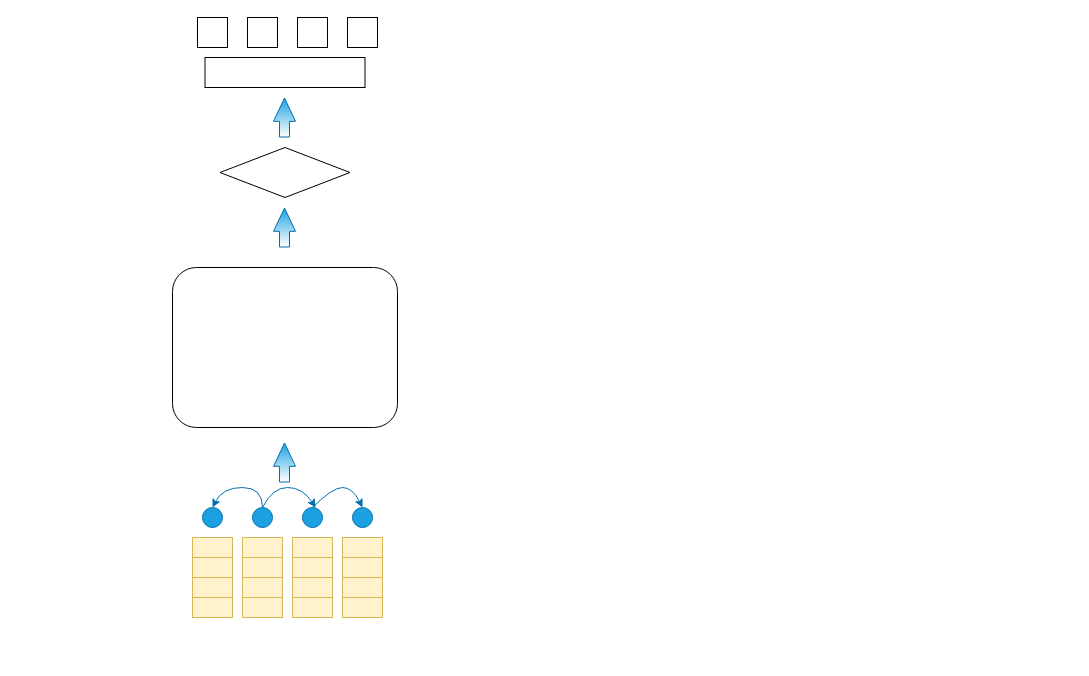
ccut2014/- keeps this draw.io diagram as Untitled Diagram.drawio. Above is the earlier version. Source tidied: cells renumbered, new cells numbered last; positions are measured from the earlier drawing's top-left corner, leaving out a move shared by most shapes. Both pictures are drawn from the tidied source at 100%, with x=0, y=0 at pixel (172, 17).
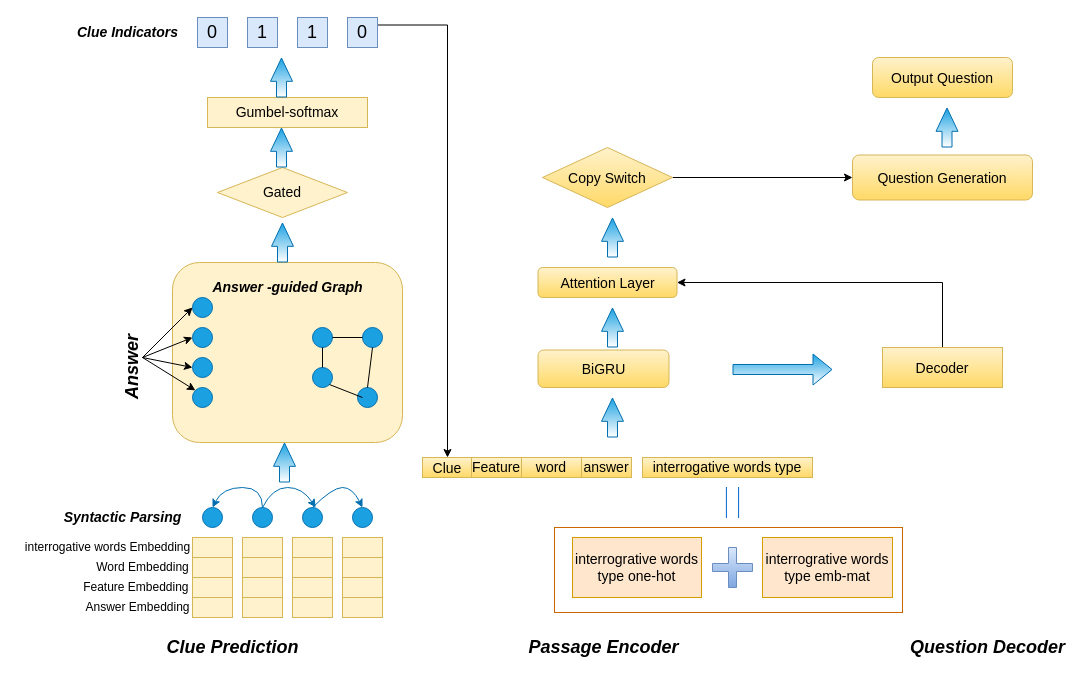
Above is the later version.

Change to the diagram source:
```diff
@@
-    <mxCell id="10" style="rounded=1;whiteSpace=wrap;html=1;" parent="1" vertex="1">
-      <mxGeometry y="250" width="225" height="160" as="geometry" />
+    <mxCell id="10" style="rounded=1;whiteSpace=wrap;html=1;fillColor=#fff2cc;strokeColor=#d6b656;" parent="1" vertex="1">
+      <mxGeometry y="245" width="230" height="180" as="geometry" />
     </mxCell>
@@
-    <mxCell id="12" style="rhombus;whiteSpace=wrap;html=1;" parent="1" vertex="1">
-      <mxGeometry x="47.5" y="130" width="130" height="50" as="geometry" />
+    <mxCell id="12" value="&lt;font style=&quot;font-size: 14px&quot;&gt;Gated&lt;/font&gt;" style="rhombus;whiteSpace=wrap;html=1;fillColor=#fff2cc;strokeColor=#d6b656;" parent="1" vertex="1">
+      <mxGeometry x="45" y="150" width="130" height="50" as="geometry" />
     </mxCell>
-    <mxCell id="13" style="rounded=0;whiteSpace=wrap;html=1;" parent="1" vertex="1">
-      <mxGeometry x="32.5" y="40" width="160" height="30" as="geometry" />
+    <mxCell id="13" value="&lt;font style=&quot;font-size: 14px&quot;&gt;Gumbel-softmax&lt;/font&gt;" style="rounded=0;whiteSpace=wrap;html=1;fillColor=#fff2cc;strokeColor=#d6b656;" parent="1" vertex="1">
+      <mxGeometry x="35" y="80" width="160" height="30" as="geometry" />
     </mxCell>
     <mxCell id="14" style="shape=flexArrow;endArrow=classic;html=1;rounded=0;endWidth=11;endSize=7.44;fillColor=#1ba1e2;strokeColor=#006EAF;gradientColor=#ffffff;" parent="1" edge="1">
       <mxGeometry relative="1" as="geometry">
-        <mxPoint x="112" y="120" as="sourcePoint" />
-        <mxPoint x="112" y="80" as="targetPoint" />
+        <mxPoint x="109" y="150" as="sourcePoint" />
+        <mxPoint x="109" y="110" as="targetPoint" />
       </mxGeometry>
     </mxCell>
-    <mxCell id="15" style="shape=flexArrow;endArrow=classic;html=1;rounded=0;endWidth=11;endSize=7.44;fillColor=#1ba1e2;strokeColor=#006EAF;gradientColor=#ffffff;" parent="1" edge="1">
-      <mxGeometry relative="1" as="geometry">
-        <mxPoint x="112" y="230" as="sourcePoint" />
-        <mxPoint x="112" y="190" as="targetPoint" />
-      </mxGeometry>
-    </mxCell>
@@
-    <mxCell id="31" style="whiteSpace=wrap;html=1;" parent="1" vertex="1">
+    <mxCell id="31" value="&lt;font style=&quot;font-size: 18px&quot;&gt;0&lt;/font&gt;" style="whiteSpace=wrap;html=1;fillColor=#dae8fc;strokeColor=#6c8ebf;" parent="1" vertex="1">
       <mxGeometry x="25" width="30" height="30" as="geometry" />
     </mxCell>
-    <mxCell id="32" style="whiteSpace=wrap;html=1;" parent="1" vertex="1">
+    <mxCell id="32" value="&lt;font style=&quot;font-size: 18px&quot;&gt;1&lt;/font&gt;" style="whiteSpace=wrap;html=1;fillColor=#dae8fc;strokeColor=#6c8ebf;" parent="1" vertex="1">
       <mxGeometry x="75" width="30" height="30" as="geometry" />
     </mxCell>
-    <mxCell id="33" style="whiteSpace=wrap;html=1;" parent="1" vertex="1">
+    <mxCell id="33" value="&lt;font style=&quot;font-size: 18px&quot;&gt;1&lt;/font&gt;" style="whiteSpace=wrap;html=1;fillColor=#dae8fc;strokeColor=#6c8ebf;" parent="1" vertex="1">
       <mxGeometry x="125" width="30" height="30" as="geometry" />
     </mxCell>
+    <mxCell id="35" style="edgeStyle=orthogonalEdgeStyle;rounded=0;jettySize=auto;html=1;exitX=1;exitY=0.25;exitDx=0;exitDy=0;entryX=0.5;entryY=0;entryDx=0;entryDy=0;fontFamily=Helvetica;fontSize=14;" parent="1" edge="1" source="34" target="58">
+      <mxGeometry relative="1" as="geometry" />
+    </mxCell>
-    <mxCell id="34" style="whiteSpace=wrap;html=1;" parent="1" vertex="1">
+    <mxCell id="34" value="&lt;font style=&quot;font-size: 18px&quot;&gt;0&lt;/font&gt;" style="whiteSpace=wrap;html=1;fillColor=#dae8fc;strokeColor=#6c8ebf;" parent="1" vertex="1">
       <mxGeometry x="175" width="30" height="30" as="geometry" />
     </mxCell>
+    <mxCell id="36" value="Answer Embedding" style="text;html=1;align=center;verticalAlign=middle;strokeColor=none;fillColor=none;" parent="1" vertex="1">
+      <mxGeometry x="-95" y="580" width="120" height="20" as="geometry" />
+    </mxCell>
+    <mxCell id="37" value="Feature Embedding&amp;nbsp;" style="text;html=1;align=center;verticalAlign=middle;strokeColor=none;fillColor=none;" parent="1" vertex="1">
+      <mxGeometry x="-95" y="560" width="120" height="20" as="geometry" />
+    </mxCell>
+    <mxCell id="38" value="Word Embedding" style="text;html=1;align=center;verticalAlign=middle;strokeColor=none;fillColor=none;" parent="1" vertex="1">
+      <mxGeometry x="-85" y="540" width="110" height="20" as="geometry" />
+    </mxCell>
+    <mxCell id="39" value="interrogative words Embedding" style="text;html=1;align=center;verticalAlign=middle;strokeColor=none;fillColor=none;" parent="1" vertex="1">
+      <mxGeometry x="-155" y="520" width="180" height="20" as="geometry" />
+    </mxCell>
+    <mxCell id="40" value="&lt;font style=&quot;font-size: 14px&quot;&gt;&lt;b&gt;&lt;i&gt;Syntactic Parsing&lt;/i&gt;&lt;/b&gt;&lt;/font&gt;" style="text;html=1;align=center;verticalAlign=middle;strokeColor=none;fillColor=none;" parent="1" vertex="1">
+      <mxGeometry x="-115" y="490" width="130" height="20" as="geometry" />
+    </mxCell>
+    <mxCell id="41" value="&lt;div style=&quot;direction: ltr&quot;&gt;&lt;span&gt;&lt;b&gt;&lt;i&gt;&lt;font style=&quot;font-size: 18px&quot;&gt;Answer&lt;/font&gt;&lt;/i&gt;&lt;/b&gt;&lt;/span&gt;&lt;/div&gt;" style="text;html=1;align=center;verticalAlign=middle;points=[];strokeColor=none;fillColor=none;fontSize=14;fontFamily=Helvetica;rotation=270;" parent="1" vertex="1">
+      <mxGeometry x="-80" y="340" width="80" height="20" as="geometry" />
+    </mxCell>
+    <mxCell id="42" style="ellipse;whiteSpace=wrap;html=1;fontFamily=Helvetica;fontSize=14;fillColor=#1ba1e2;fontColor=#ffffff;strokeColor=#006EAF;" parent="1" vertex="1">
+      <mxGeometry x="20" y="280" width="20" height="20" as="geometry" />
+    </mxCell>
+    <mxCell id="43" style="ellipse;whiteSpace=wrap;html=1;fontFamily=Helvetica;fontSize=14;fillColor=#1ba1e2;fontColor=#ffffff;strokeColor=#006EAF;" parent="1" vertex="1">
+      <mxGeometry x="20" y="310" width="20" height="20" as="geometry" />
+    </mxCell>
+    <mxCell id="44" style="ellipse;whiteSpace=wrap;html=1;fontFamily=Helvetica;fontSize=14;fillColor=#1ba1e2;fontColor=#ffffff;strokeColor=#006EAF;" parent="1" vertex="1">
+      <mxGeometry x="20" y="340" width="20" height="20" as="geometry" />
+    </mxCell>
+    <mxCell id="45" style="ellipse;whiteSpace=wrap;html=1;fontFamily=Helvetica;fontSize=14;fillColor=#1ba1e2;fontColor=#ffffff;strokeColor=#006EAF;" parent="1" vertex="1">
+      <mxGeometry x="20" y="370" width="20" height="20" as="geometry" />
+    </mxCell>
+    <mxCell id="46" style="ellipse;whiteSpace=wrap;html=1;fontFamily=Helvetica;fontSize=14;fillColor=#1ba1e2;fontColor=#ffffff;strokeColor=#006EAF;" parent="1" vertex="1">
+      <mxGeometry x="140" y="350" width="20" height="20" as="geometry" />
+    </mxCell>
+    <mxCell id="47" style="ellipse;whiteSpace=wrap;html=1;fontFamily=Helvetica;fontSize=14;fillColor=#1ba1e2;fontColor=#ffffff;strokeColor=#006EAF;" parent="1" vertex="1">
+      <mxGeometry x="185" y="370" width="20" height="20" as="geometry" />
+    </mxCell>
+    <mxCell id="48" style="ellipse;whiteSpace=wrap;html=1;fontFamily=Helvetica;fontSize=14;fillColor=#1ba1e2;fontColor=#ffffff;strokeColor=#006EAF;" parent="1" vertex="1">
+      <mxGeometry x="140" y="310" width="20" height="20" as="geometry" />
+    </mxCell>
+    <mxCell id="49" style="ellipse;whiteSpace=wrap;html=1;fontFamily=Helvetica;fontSize=14;fillColor=#1ba1e2;fontColor=#ffffff;strokeColor=#006EAF;" parent="1" vertex="1">
+      <mxGeometry x="190" y="310" width="20" height="20" as="geometry" />
+    </mxCell>
+    <mxCell id="50" style="endArrow=none;html=1;rounded=0;fontFamily=Helvetica;fontSize=14;exitX=1;exitY=0.5;exitDx=0;exitDy=0;" parent="1" edge="1" source="48">
+      <mxGeometry relative="1" as="geometry">
+        <mxPoint x="190" y="320" as="targetPoint" />
+      </mxGeometry>
+    </mxCell>
+    <mxCell id="51" style="endArrow=none;html=1;rounded=0;fontFamily=Helvetica;fontSize=14;entryX=0.5;entryY=0;entryDx=0;entryDy=0;" parent="1" edge="1" target="47">
+      <mxGeometry relative="1" as="geometry">
+        <mxPoint x="200" y="330" as="sourcePoint" />
+      </mxGeometry>
+    </mxCell>
+    <mxCell id="52" style="endArrow=none;html=1;rounded=0;fontFamily=Helvetica;fontSize=14;exitX=0.5;exitY=1;exitDx=0;exitDy=0;entryX=0.5;entryY=0;entryDx=0;entryDy=0;" parent="1" edge="1" source="48" target="46">
+      <mxGeometry relative="1" as="geometry" />
+    </mxCell>
+    <mxCell id="53" style="endArrow=none;html=1;rounded=0;fontFamily=Helvetica;fontSize=14;exitX=1;exitY=1;exitDx=0;exitDy=0;" parent="1" edge="1" source="46">
+      <mxGeometry relative="1" as="geometry">
+        <mxPoint x="190" y="380" as="targetPoint" />
+      </mxGeometry>
+    </mxCell>
+    <mxCell id="54" style="shape=flexArrow;endArrow=classic;html=1;rounded=0;endWidth=11;endSize=7.44;fillColor=#1ba1e2;strokeColor=#006EAF;gradientColor=#ffffff;" parent="1" edge="1">
+      <mxGeometry relative="1" as="geometry">
+        <mxPoint x="110" y="245" as="sourcePoint" />
+        <mxPoint x="110" y="205" as="targetPoint" />
+      </mxGeometry>
+    </mxCell>
+    <mxCell id="55" style="shape=flexArrow;endArrow=classic;html=1;rounded=0;endWidth=11;endSize=7.44;fillColor=#1ba1e2;strokeColor=#006EAF;gradientColor=#ffffff;" parent="1" edge="1">
+      <mxGeometry relative="1" as="geometry">
+        <mxPoint x="109" y="80" as="sourcePoint" />
+        <mxPoint x="109" y="40" as="targetPoint" />
+      </mxGeometry>
+    </mxCell>
+    <mxCell id="56" value="&lt;font style=&quot;font-size: 14px&quot;&gt;&lt;b&gt;&lt;i&gt;Clue Indicators&lt;/i&gt;&lt;/b&gt;&lt;/font&gt;" style="text;html=1;align=center;verticalAlign=middle;strokeColor=none;fillColor=none;fontSize=14;fontFamily=Helvetica;" parent="1" vertex="1">
+      <mxGeometry x="-105" y="5" width="120" height="20" as="geometry" />
+    </mxCell>
+    <mxCell id="57" value="&lt;b&gt;&lt;i&gt;Answer -guided Graph&lt;/i&gt;&lt;/b&gt;" style="text;html=1;align=center;verticalAlign=middle;strokeColor=none;fillColor=none;fontSize=14;fontFamily=Helvetica;" parent="1" vertex="1">
+      <mxGeometry x="30" y="260" width="170" height="20" as="geometry" />
+    </mxCell>
+    <mxCell id="58" value="&lt;font style=&quot;font-size: 14px&quot;&gt;Clue&lt;/font&gt;" style="rounded=0;whiteSpace=wrap;html=1;fontFamily=Helvetica;fontSize=18;fillColor=#fff2cc;strokeColor=#d6b656;gradientColor=#ffd966;" parent="1" vertex="1">
+      <mxGeometry x="250" y="440" width="50" height="20" as="geometry" />
+    </mxCell>
+    <mxCell id="59" value="Feature" style="rounded=0;whiteSpace=wrap;html=1;fontFamily=Helvetica;fontSize=14;fillColor=#fff2cc;strokeColor=#d6b656;gradientColor=#ffd966;" parent="1" vertex="1">
+      <mxGeometry x="299" y="440" width="50" height="20" as="geometry" />
+    </mxCell>
+    <mxCell id="60" value="word" style="rounded=0;whiteSpace=wrap;html=1;fontFamily=Helvetica;fontSize=14;fillColor=#fff2cc;strokeColor=#d6b656;gradientColor=#ffd966;" parent="1" vertex="1">
+      <mxGeometry x="349" y="440" width="60" height="20" as="geometry" />
+    </mxCell>
+    <mxCell id="61" value="answer" style="rounded=0;whiteSpace=wrap;html=1;fontSize=14;fillColor=#fff2cc;strokeColor=#d6b656;gradientColor=#ffd966;" parent="1" vertex="1">
+      <mxGeometry x="409" y="440" width="50" height="20" as="geometry" />
+    </mxCell>
+    <mxCell id="62" value="interrogative words type" style="rounded=0;whiteSpace=wrap;html=1;fontFamily=Helvetica;fontSize=14;fillColor=#fff2cc;strokeColor=#d6b656;gradientColor=#ffd966;" parent="1" vertex="1">
+      <mxGeometry x="470" y="440" width="170" height="20" as="geometry" />
+    </mxCell>
+    <mxCell id="63" style="shape=flexArrow;endArrow=classic;html=1;rounded=0;endWidth=11;endSize=7.44;fillColor=#1ba1e2;strokeColor=#006EAF;gradientColor=#ffffff;" parent="1" edge="1">
+      <mxGeometry relative="1" as="geometry">
+        <mxPoint x="440" y="420" as="sourcePoint" />
+        <mxPoint x="440" y="380" as="targetPoint" />
+      </mxGeometry>
+    </mxCell>
+    <mxCell id="64" value="&lt;font style=&quot;font-size: 18px&quot;&gt;&lt;b&gt;&lt;i&gt;Clue Prediction&lt;/i&gt;&lt;/b&gt;&lt;/font&gt;" style="text;html=1;align=center;verticalAlign=middle;strokeColor=none;fillColor=none;fontSize=14;fontFamily=Helvetica;" parent="1" vertex="1">
+      <mxGeometry x="-15" y="620" width="150" height="20" as="geometry" />
+    </mxCell>
+    <mxCell id="65" value="&lt;span style=&quot;font-size: 18px&quot;&gt;&lt;b&gt;&lt;i&gt;Passage Encoder&lt;/i&gt;&lt;/b&gt;&lt;/span&gt;" style="text;html=1;align=center;verticalAlign=middle;strokeColor=none;fillColor=none;fontSize=14;fontFamily=Helvetica;" parent="1" vertex="1">
+      <mxGeometry x="346" y="620" width="170" height="20" as="geometry" />
+    </mxCell>
+    <mxCell id="66" value="&lt;span style=&quot;font-size: 18px&quot;&gt;&lt;b&gt;&lt;i&gt;Question Decoder&lt;/i&gt;&lt;/b&gt;&lt;/span&gt;" style="text;html=1;align=center;verticalAlign=middle;strokeColor=none;fillColor=none;fontSize=14;fontFamily=Helvetica;" parent="1" vertex="1">
+      <mxGeometry x="730" y="620" width="170" height="20" as="geometry" />
+    </mxCell>
+    <mxCell id="67" value="&lt;font style=&quot;font-size: 14px&quot;&gt;BiGRU&lt;/font&gt;" style="rounded=1;whiteSpace=wrap;html=1;fontFamily=Helvetica;fontSize=18;fillColor=#fff2cc;strokeColor=#d6b656;gradientColor=#ffd966;" parent="1" vertex="1">
+      <mxGeometry x="365.5" y="332.5" width="131" height="37.5" as="geometry" />
+    </mxCell>
+    <mxCell id="68" style="shape=flexArrow;endArrow=classic;html=1;rounded=0;endWidth=11;endSize=7.44;fillColor=#1ba1e2;strokeColor=#006EAF;gradientColor=#ffffff;" parent="1" edge="1">
+      <mxGeometry relative="1" as="geometry">
+        <mxPoint x="440" y="330" as="sourcePoint" />
+        <mxPoint x="440" y="290" as="targetPoint" />
+      </mxGeometry>
+    </mxCell>
+    <mxCell id="69" value="&lt;font style=&quot;font-size: 14px&quot;&gt;Attention Layer&lt;/font&gt;" style="rounded=1;whiteSpace=wrap;html=1;fontFamily=Helvetica;fontSize=18;fillColor=#fff2cc;strokeColor=#d6b656;gradientColor=#ffd966;" parent="1" vertex="1">
+      <mxGeometry x="365.5" y="250" width="139" height="30" as="geometry" />
+    </mxCell>
+    <mxCell id="70" style="shape=flexArrow;endArrow=classic;html=1;rounded=0;endWidth=11;endSize=7.44;fillColor=#1ba1e2;strokeColor=#006EAF;gradientColor=#ffffff;" parent="1" edge="1">
+      <mxGeometry relative="1" as="geometry">
+        <mxPoint x="440" y="240" as="sourcePoint" />
+        <mxPoint x="440" y="200" as="targetPoint" />
+      </mxGeometry>
+    </mxCell>
+    <mxCell id="71" style="edgeStyle=orthogonalEdgeStyle;rounded=0;jettySize=auto;html=1;exitX=1;exitY=0.5;exitDx=0;exitDy=0;entryX=0;entryY=0.5;entryDx=0;entryDy=0;fontFamily=Helvetica;fontSize=18;gradientColor=#ffffff;" parent="1" edge="1" source="72" target="76">
+      <mxGeometry relative="1" as="geometry" />
+    </mxCell>
+    <mxCell id="72" value="&lt;font style=&quot;font-size: 14px&quot;&gt;Copy Switch&lt;/font&gt;" style="rhombus;whiteSpace=wrap;html=1;fontFamily=Helvetica;fontSize=18;fillColor=#fff2cc;gradientColor=#ffd966;strokeColor=#d6b656;" parent="1" vertex="1">
+      <mxGeometry x="370" y="130" width="130" height="60" as="geometry" />
+    </mxCell>
+    <mxCell id="73" style="edgeStyle=orthogonalEdgeStyle;rounded=0;jettySize=auto;html=1;exitX=0.5;exitY=0;exitDx=0;exitDy=0;entryX=1;entryY=0.5;entryDx=0;entryDy=0;fontFamily=Helvetica;fontSize=18;gradientColor=#ffffff;" parent="1" edge="1" source="74" target="69">
+      <mxGeometry relative="1" as="geometry" />
+    </mxCell>
+    <mxCell id="74" value="&lt;font style=&quot;font-size: 14px&quot;&gt;Decoder&lt;/font&gt;" style="rounded=0;whiteSpace=wrap;html=1;fontFamily=Helvetica;fontSize=18;fillColor=#fff2cc;gradientColor=#ffd966;strokeColor=#d6b656;" parent="1" vertex="1">
+      <mxGeometry x="710" y="330" width="120" height="40" as="geometry" />
+    </mxCell>
+    <mxCell id="75" style="shape=flexArrow;endArrow=classic;html=1;rounded=0;fontFamily=Helvetica;fontSize=18;fillColor=#1ba1e2;strokeColor=#006EAF;gradientColor=#ffffff;" parent="1" edge="1">
+      <mxGeometry relative="1" as="geometry">
+        <mxPoint x="560" y="352" as="sourcePoint" />
+        <mxPoint x="660" y="352" as="targetPoint" />
+      </mxGeometry>
+    </mxCell>
+    <mxCell id="76" value="&lt;font style=&quot;font-size: 14px&quot;&gt;Question Generation&lt;/font&gt;" style="rounded=1;whiteSpace=wrap;html=1;fontFamily=Helvetica;fontSize=18;fillColor=#fff2cc;strokeColor=#d6b656;gradientColor=#ffd966;" parent="1" vertex="1">
+      <mxGeometry x="680" y="137.5" width="180" height="45" as="geometry" />
+    </mxCell>
+    <mxCell id="77" value="&lt;font style=&quot;font-size: 14px&quot;&gt;Output Question&lt;/font&gt;" style="rounded=1;whiteSpace=wrap;html=1;fontFamily=Helvetica;fontSize=18;fillColor=#fff2cc;strokeColor=#d6b656;gradientColor=#ffd966;" parent="1" vertex="1">
+      <mxGeometry x="700" y="40" width="140" height="40" as="geometry" />
+    </mxCell>
+    <mxCell id="78" style="shape=flexArrow;endArrow=classic;html=1;rounded=0;endWidth=11;endSize=7.44;fillColor=#1ba1e2;strokeColor=#006EAF;gradientColor=#ffffff;" parent="1" edge="1">
+      <mxGeometry relative="1" as="geometry">
+        <mxPoint x="774.5" y="130" as="sourcePoint" />
+        <mxPoint x="774.5" y="90" as="targetPoint" />
+      </mxGeometry>
+    </mxCell>
+    <mxCell id="79" value="interrogrative words type one-hot" style="rounded=0;whiteSpace=wrap;html=1;fontFamily=Helvetica;fontSize=14;fillColor=#ffe6cc;strokeColor=#d79b00;" parent="1" vertex="1">
+      <mxGeometry x="400" y="520" width="129" height="60" as="geometry" />
+    </mxCell>
+    <mxCell id="80" value="&lt;span&gt;interrogrative words type emb-mat&lt;/span&gt;" style="rounded=0;whiteSpace=wrap;html=1;fontFamily=Helvetica;fontSize=14;fillColor=#ffe6cc;strokeColor=#d79b00;" parent="1" vertex="1">
+      <mxGeometry x="590" y="520" width="130" height="60" as="geometry" />
+    </mxCell>
+    <mxCell id="81" style="shape=cross;whiteSpace=wrap;html=1;fontFamily=Helvetica;fontSize=14;fillColor=#dae8fc;gradientColor=#7ea6e0;strokeColor=#6c8ebf;" parent="1" vertex="1">
+      <mxGeometry x="540" y="530" width="40" height="40" as="geometry" />
+    </mxCell>
+    <mxCell id="82" style="rounded=0;whiteSpace=wrap;html=1;fontFamily=Helvetica;fontSize=14;fillColor=none;strokeColor=#CC6600;" parent="1" vertex="1">
+      <mxGeometry x="382" y="510" width="348" height="85" as="geometry" />
+    </mxCell>
+    <mxCell id="83" style="shape=partialRectangle;whiteSpace=wrap;html=1;top=0;bottom=0;fillColor=none;fontFamily=Helvetica;fontSize=14;strokeColor=#0066CC;" parent="1" vertex="1">
+      <mxGeometry x="553.9" y="470" width="12.2" height="30" as="geometry" />
+    </mxCell>
+    <mxCell id="84" style="endArrow=classic;html=1;rounded=0;fontFamily=Helvetica;fontSize=14;gradientColor=#ffffff;entryX=0;entryY=0.5;entryDx=0;entryDy=0;" parent="1" edge="1" source="41" target="42">
+      <mxGeometry relative="1" as="geometry" />
+    </mxCell>
+    <mxCell id="85" style="endArrow=classic;html=1;rounded=0;fontFamily=Helvetica;fontSize=14;gradientColor=#ffffff;entryX=0;entryY=0.5;entryDx=0;entryDy=0;" parent="1" edge="1" target="43">
+      <mxGeometry relative="1" as="geometry">
+        <mxPoint x="-30" y="340" as="sourcePoint" />
+      </mxGeometry>
+    </mxCell>
+    <mxCell id="86" style="endArrow=classic;html=1;rounded=0;fontFamily=Helvetica;fontSize=14;gradientColor=#ffffff;entryX=0;entryY=0.5;entryDx=0;entryDy=0;" parent="1" edge="1" target="44">
+      <mxGeometry relative="1" as="geometry">
+        <mxPoint x="-30" y="340" as="sourcePoint" />
+      </mxGeometry>
+    </mxCell>
+    <mxCell id="87" style="endArrow=classic;html=1;rounded=0;fontFamily=Helvetica;fontSize=14;gradientColor=#ffffff;entryX=0;entryY=0;entryDx=0;entryDy=0;" parent="1" edge="1" target="45">
+      <mxGeometry relative="1" as="geometry">
+        <mxPoint x="-30" y="340" as="sourcePoint" />
+      </mxGeometry>
+    </mxCell>
```
